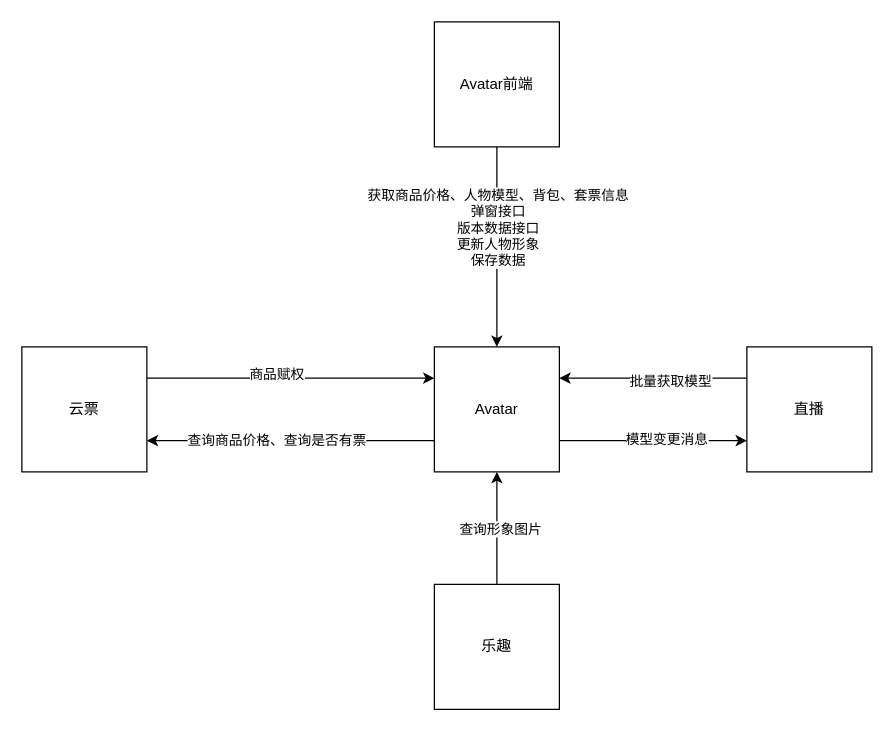
ysfseu/chart keeps this draw.io diagram as Untitled Diagram.drawio. Above is the earlier version. Source tidied: cells renumbered, new cells numbered last; positions are measured from the earlier drawing's top-left corner, leaving out a move shared by most shapes. Both pictures are drawn from the tidied source at 125%, with x=0, y=0 at pixel (21, 21).
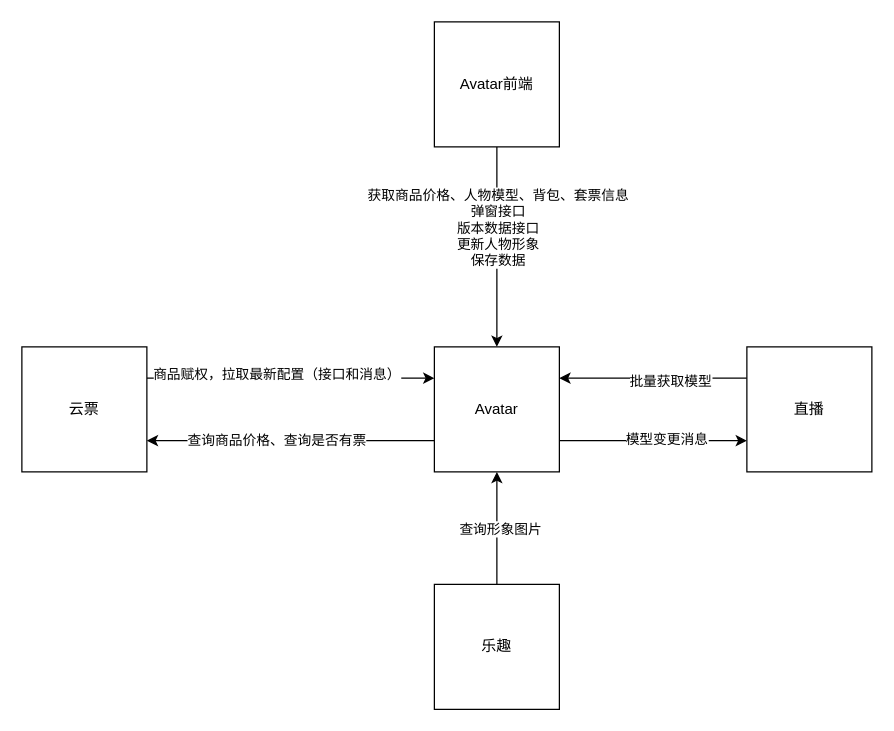
Above is the later version.

The change refers to these unchanged cells:
```xml
<mxCell id="7" style="edgeStyle=orthogonalEdgeStyle;rounded=0;jettySize=auto;html=1;exitX=1;exitY=0.25;exitDx=0;exitDy=0;entryX=0;entryY=0.25;entryDx=0;entryDy=0;" parent="1" edge="1" source="9" target="6">
  <mxGeometry relative="1" as="geometry" />
</mxCell>
```

Diff of the diagram source:
```diff
@@
-    <mxCell id="8" value="商品赋权" style="edgeLabel;html=1;align=center;verticalAlign=middle;" parent="7" vertex="1">
+    <mxCell id="8" value="商品赋权，拉取最新配置（接口和消息）" style="edgeLabel;html=1;align=center;verticalAlign=middle;" parent="7" vertex="1">
       <mxGeometry x="-0.41" y="4" relative="1" as="geometry">
         <mxPoint x="35" as="offset" />
       </mxGeometry>
     </mxCell>
```
